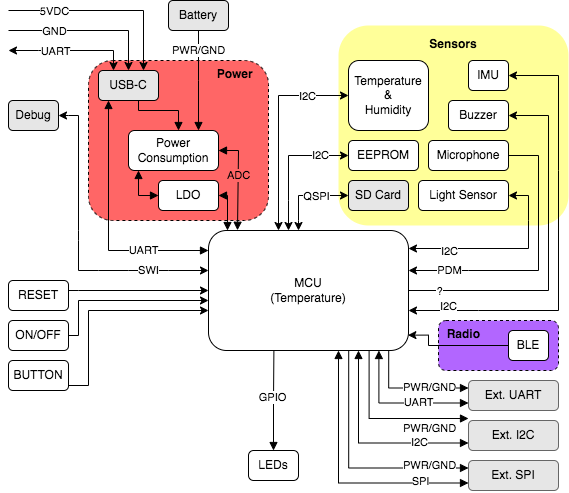
oldgeezr/sensa keeps this draw.io diagram as doc/img/functional.drawio.png. Above is the earlier version. Source tidied: cells renumbered, new cells last; positions are measured from the earlier drawing's top-left corner, leaving out a move shared by most shapes.
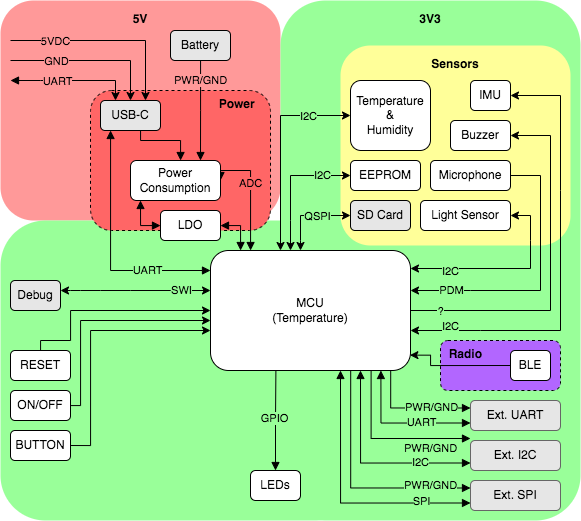
After the change.

The edit, as a diff of the source:
```diff
@@ -2,11 +2,20 @@
   <root>
     <mxCell id="0" />
     <mxCell id="1" parent="0" />
+    <mxCell id="72" value="&lt;p style=&quot;line-height: 0%;&quot;&gt;5V&lt;/p&gt;" style="rounded=1;whiteSpace=wrap;html=1;dashed=1;fillColor=#FF9999;align=center;horizontal=1;verticalAlign=top;labelBackgroundColor=none;strokeColor=none;shadow=0;fontStyle=1;" parent="1" vertex="1">
+      <mxGeometry x="-10" y="-20" width="280" height="220" as="geometry" />
+    </mxCell>
+    <mxCell id="73" value="&lt;p style=&quot;line-height: 0%;&quot;&gt;&lt;br&gt;&lt;/p&gt;" style="rounded=1;whiteSpace=wrap;html=1;dashed=1;fillColor=#99FF99;align=center;horizontal=1;verticalAlign=top;labelBackgroundColor=none;strokeColor=none;shadow=0;fontStyle=1;" parent="1" vertex="1">
+      <mxGeometry x="-10" y="200" width="360" height="300" as="geometry" />
+    </mxCell>
+    <mxCell id="74" value="&lt;p style=&quot;line-height: 0%;&quot;&gt;3V3&lt;/p&gt;" style="rounded=1;whiteSpace=wrap;html=1;dashed=1;fillColor=#99FF99;align=center;horizontal=1;verticalAlign=top;labelBackgroundColor=none;strokeColor=none;shadow=0;fontStyle=1;" parent="1" vertex="1">
+      <mxGeometry x="270" y="-20" width="300" height="520" as="geometry" />
+    </mxCell>
     <mxCell id="2" value="&amp;nbsp; Radio" style="rounded=1;whiteSpace=wrap;html=1;shadow=0;dashed=1;labelBackgroundColor=none;fontColor=none;fillColor=#B266FF;align=left;fontStyle=1;verticalAlign=top;" parent="1" vertex="1">
       <mxGeometry x="430" y="320" width="120" height="50" as="geometry" />
     </mxCell>
     <mxCell id="3" value="&lt;b&gt;Power&amp;nbsp; &amp;nbsp;&amp;nbsp;&lt;/b&gt;" style="rounded=1;whiteSpace=wrap;html=1;shadow=0;dashed=1;labelBackgroundColor=none;fontColor=none;fillColor=#FF6666;align=right;verticalAlign=top;" parent="1" vertex="1">
-      <mxGeometry x="80" y="60" width="180" height="160" as="geometry" />
+      <mxGeometry x="80" y="70" width="180" height="140" as="geometry" />
     </mxCell>
     <mxCell id="4" value="&lt;p style=&quot;line-height: 0%;&quot;&gt;Sensors&lt;/p&gt;" style="rounded=1;whiteSpace=wrap;html=1;dashed=1;fillColor=#FFFF99;align=center;horizontal=1;verticalAlign=top;labelBackgroundColor=none;strokeColor=none;shadow=0;fontStyle=1;" parent="1" vertex="1">
       <mxGeometry x="330" y="25" width="230" height="200" as="geometry" />
@@ -14,8 +23,8 @@
     <mxCell id="5" style="edgeStyle=orthogonalEdgeStyle;rounded=0;jettySize=auto;html=1;startArrow=none;startFill=0;endArrow=block;endFill=1;" parent="1" edge="1" source="8" target="26">
       <mxGeometry relative="1" as="geometry">
         <Array as="points">
-          <mxPoint x="130" y="110" />
-          <mxPoint x="170" y="110" />
+          <mxPoint x="130" y="120" />
+          <mxPoint x="170" y="120" />
         </Array>
       </mxGeometry>
     </mxCell>
@@ -26,48 +35,48 @@
         </Array>
       </mxGeometry>
     </mxCell>
-    <mxCell id="7" value="UART" style="edgeLabel;html=1;align=center;verticalAlign=middle;" parent="6" vertex="1">
+    <mxCell id="7" value="UART" style="edgeLabel;html=1;align=center;verticalAlign=middle;labelBackgroundColor=#99FF99;" parent="6" vertex="1">
       <mxGeometry x="0.47" y="1" relative="1" as="geometry" />
     </mxCell>
     <mxCell id="8" value="USB-C" style="rounded=1;whiteSpace=wrap;html=1;fillColor=#E6E6E6;" parent="1" vertex="1">
-      <mxGeometry x="90" y="70" width="60" height="30" as="geometry" />
+      <mxGeometry x="90" y="80" width="60" height="30" as="geometry" />
     </mxCell>
-    <mxCell id="9" style="endArrow=classic;html=1;rounded=0;startArrow=classic;startFill=1;entryX=0.25;entryY=0;entryDx=0;entryDy=0;" parent="1" edge="1" target="8">
+    <mxCell id="9" style="endArrow=classic;html=1;rounded=0;startArrow=block;startFill=1;entryX=0.25;entryY=0;entryDx=0;entryDy=0;" parent="1" edge="1" target="8">
       <mxGeometry relative="1" as="geometry">
-        <mxPoint y="50" as="sourcePoint" />
+        <mxPoint y="60" as="sourcePoint" />
         <Array as="points">
-          <mxPoint x="30" y="50" />
-          <mxPoint x="105" y="50" />
+          <mxPoint x="30" y="60" />
+          <mxPoint x="105" y="60" />
         </Array>
       </mxGeometry>
     </mxCell>
-    <mxCell id="10" value="UART" style="edgeLabel;html=1;align=center;verticalAlign=middle;" parent="9" vertex="1">
+    <mxCell id="10" value="UART" style="edgeLabel;html=1;align=center;verticalAlign=middle;labelBackgroundColor=#FF9999;" parent="9" vertex="1">
       <mxGeometry x="0.1" y="-1" relative="1" as="geometry">
         <mxPoint x="-23" y="-1" as="offset" />
       </mxGeometry>
     </mxCell>
     <mxCell id="11" style="endArrow=classic;html=1;rounded=0;entryX=0.5;entryY=0;entryDx=0;entryDy=0;" parent="1" edge="1" target="8">
       <mxGeometry relative="1" as="geometry">
-        <mxPoint y="30" as="sourcePoint" />
+        <mxPoint y="40" as="sourcePoint" />
         <Array as="points">
-          <mxPoint x="120" y="30" />
+          <mxPoint x="120" y="40" />
         </Array>
       </mxGeometry>
     </mxCell>
-    <mxCell id="12" value="GND" style="edgeLabel;html=1;align=center;verticalAlign=middle;" parent="11" vertex="1">
+    <mxCell id="12" value="GND" style="edgeLabel;html=1;align=center;verticalAlign=middle;labelBackgroundColor=#FF9999;" parent="11" vertex="1">
       <mxGeometry x="0.1" y="-1" relative="1" as="geometry">
         <mxPoint x="-43" y="-1" as="offset" />
       </mxGeometry>
     </mxCell>
     <mxCell id="13" style="endArrow=classic;html=1;rounded=0;entryX=0.75;entryY=0;entryDx=0;entryDy=0;" parent="1" edge="1" target="8">
       <mxGeometry relative="1" as="geometry">
-        <mxPoint y="10" as="sourcePoint" />
+        <mxPoint y="20" as="sourcePoint" />
         <Array as="points">
-          <mxPoint x="135" y="10" />
+          <mxPoint x="135" y="20" />
         </Array>
       </mxGeometry>
     </mxCell>
-    <mxCell id="14" value="5VDC" style="edgeLabel;html=1;align=center;verticalAlign=middle;" parent="13" vertex="1">
+    <mxCell id="14" value="5VDC" style="edgeLabel;html=1;align=center;verticalAlign=middle;labelBackgroundColor=#FF9999;" parent="13" vertex="1">
       <mxGeometry x="0.1" y="-1" relative="1" as="geometry">
         <mxPoint x="-62" y="-1" as="offset" />
       </mxGeometry>
@@ -84,17 +93,17 @@
     <mxCell id="18" value="IMU" style="rounded=1;whiteSpace=wrap;html=1;" parent="1" vertex="1">
       <mxGeometry x="460" y="60" width="40" height="30" as="geometry" />
     </mxCell>
-    <mxCell id="19" value="PWR/GND" style="edgeStyle=orthogonalEdgeStyle;rounded=0;jettySize=auto;html=1;startArrow=none;startFill=0;endArrow=block;endFill=1;" parent="1" edge="1" source="20">
+    <mxCell id="19" value="PWR/GND" style="edgeStyle=orthogonalEdgeStyle;rounded=0;jettySize=auto;html=1;startArrow=none;startFill=0;endArrow=block;endFill=1;labelBackgroundColor=#FF9999;" parent="1" edge="1" source="20">
       <mxGeometry x="-0.6" relative="1" as="geometry">
-        <mxPoint x="190" y="130" as="targetPoint" />
+        <mxPoint x="190" y="140" as="targetPoint" />
         <Array as="points">
-          <mxPoint x="190" y="80" />
-          <mxPoint x="190" y="80" />
+          <mxPoint x="190" y="90" />
+          <mxPoint x="190" y="90" />
         </Array>
       </mxGeometry>
     </mxCell>
     <mxCell id="20" value="Battery" style="rounded=1;whiteSpace=wrap;html=1;fillColor=#E6E6E6;" parent="1" vertex="1">
-      <mxGeometry x="160" width="60" height="30" as="geometry" />
+      <mxGeometry x="160" y="10" width="60" height="30" as="geometry" />
     </mxCell>
     <mxCell id="21" style="edgeStyle=orthogonalEdgeStyle;rounded=0;jettySize=auto;html=1;entryX=0.997;entryY=0.872;entryDx=0;entryDy=0;entryPerimeter=0;startArrow=none;startFill=1;exitX=0;exitY=0.5;exitDx=0;exitDy=0;" parent="1" edge="1" source="22" target="27">
       <mxGeometry relative="1" as="geometry">
@@ -113,16 +122,18 @@
     <mxCell id="24" value="EEPROM" style="rounded=1;whiteSpace=wrap;html=1;" parent="1" vertex="1">
       <mxGeometry x="340" y="140" width="70" height="30" as="geometry" />
     </mxCell>
-    <mxCell id="25" value="ADC" style="edgeStyle=orthogonalEdgeStyle;rounded=0;jettySize=auto;html=1;startArrow=block;startFill=1;endArrow=block;endFill=1;exitX=1;exitY=0.5;exitDx=0;exitDy=0;entryX=0.145;entryY=-0.002;entryDx=0;entryDy=0;entryPerimeter=0;labelBackgroundColor=#FF6666;" parent="1" edge="1" source="26" target="27">
+    <mxCell id="25" value="ADC" style="edgeStyle=orthogonalEdgeStyle;rounded=0;jettySize=auto;html=1;startArrow=block;startFill=1;endArrow=block;endFill=1;exitX=1;exitY=0.5;exitDx=0;exitDy=0;labelBackgroundColor=#FF6666;" parent="1" edge="1" source="26">
       <mxGeometry x="-0.1" relative="1" as="geometry">
+        <mxPoint x="240" y="230" as="targetPoint" />
         <Array as="points">
-          <mxPoint x="230" y="150" />
-          <mxPoint x="230" y="230" />
+          <mxPoint x="210" y="150" />
+          <mxPoint x="240" y="150" />
+          <mxPoint x="240" y="230" />
         </Array>
       </mxGeometry>
     </mxCell>
     <mxCell id="26" value="Power&lt;br&gt;Consumption" style="rounded=1;whiteSpace=wrap;html=1;" parent="1" vertex="1">
-      <mxGeometry x="120" y="130" width="90" height="40" as="geometry" />
+      <mxGeometry x="120" y="140" width="90" height="40" as="geometry" />
     </mxCell>
     <mxCell id="27" value="MCU&lt;br&gt;(Temperature)" style="rounded=1;whiteSpace=wrap;html=1;" parent="1" vertex="1">
       <mxGeometry x="200" y="230" width="200" height="120" as="geometry" />
@@ -132,7 +143,7 @@
         <mxPoint x="265.4" y="349.9" as="targetPoint" />
       </mxGeometry>
     </mxCell>
-    <mxCell id="29" value="GPIO" style="edgeLabel;html=1;align=center;verticalAlign=middle;" parent="28" vertex="1">
+    <mxCell id="29" value="GPIO" style="edgeLabel;html=1;align=center;verticalAlign=middle;labelBackgroundColor=#99FF99;" parent="28" vertex="1">
       <mxGeometry x="0.07" y="2" relative="1" as="geometry" />
     </mxCell>
     <mxCell id="30" value="LEDs" style="rounded=1;whiteSpace=wrap;html=1;arcSize=17;" parent="1" vertex="1">
@@ -142,53 +153,50 @@
       <mxGeometry relative="1" as="geometry">
         <mxPoint x="200" y="300" as="targetPoint" />
         <Array as="points">
-          <mxPoint x="70" y="335" />
+          <mxPoint x="70" y="385" />
           <mxPoint x="70" y="300" />
         </Array>
       </mxGeometry>
     </mxCell>
     <mxCell id="32" value="ON/OFF" style="rounded=1;whiteSpace=wrap;html=1;" parent="1" vertex="1">
-      <mxGeometry y="320" width="60" height="30" as="geometry" />
+      <mxGeometry y="370" width="60" height="30" as="geometry" />
     </mxCell>
     <mxCell id="33" style="edgeStyle=orthogonalEdgeStyle;rounded=0;jettySize=auto;html=1;" parent="1" edge="1" source="34" target="27">
       <mxGeometry relative="1" as="geometry">
         <Array as="points">
-          <mxPoint x="70" y="290" />
-          <mxPoint x="70" y="290" />
+          <mxPoint x="30" y="320" />
+          <mxPoint x="60" y="320" />
+          <mxPoint x="60" y="290" />
         </Array>
       </mxGeometry>
     </mxCell>
     <mxCell id="34" value="RESET" style="rounded=1;whiteSpace=wrap;html=1;" parent="1" vertex="1">
-      <mxGeometry y="280" width="60" height="30" as="geometry" />
+      <mxGeometry y="330" width="60" height="30" as="geometry" />
     </mxCell>
     <mxCell id="35" style="edgeStyle=orthogonalEdgeStyle;rounded=0;jettySize=auto;html=1;exitX=1;exitY=0.5;exitDx=0;exitDy=0;" parent="1" edge="1" source="36">
       <mxGeometry relative="1" as="geometry">
         <mxPoint x="200" y="310" as="targetPoint" />
         <Array as="points">
-          <mxPoint x="60" y="385" />
-          <mxPoint x="80" y="385" />
+          <mxPoint x="80" y="425" />
           <mxPoint x="80" y="310" />
         </Array>
       </mxGeometry>
     </mxCell>
     <mxCell id="36" value="BUTTON" style="rounded=1;whiteSpace=wrap;html=1;" parent="1" vertex="1">
-      <mxGeometry y="360" width="60" height="30" as="geometry" />
+      <mxGeometry y="410" width="60" height="30" as="geometry" />
     </mxCell>
     <mxCell id="37" value="Microphone" style="rounded=1;whiteSpace=wrap;html=1;" parent="1" vertex="1">
       <mxGeometry x="420" y="140" width="80" height="30" as="geometry" />
     </mxCell>
     <mxCell id="38" value="Debug" style="rounded=1;whiteSpace=wrap;html=1;glass=0;shadow=0;fillColor=#E6E6E6;" parent="1" vertex="1">
-      <mxGeometry y="100" width="50" height="30" as="geometry" />
+      <mxGeometry y="260" width="50" height="30" as="geometry" />
     </mxCell>
     <mxCell id="39" style="endArrow=classic;startArrow=classic;html=1;rounded=0;" parent="1" edge="1">
       <mxGeometry relative="1" as="geometry">
-        <mxPoint x="50" y="115" as="sourcePoint" />
+        <mxPoint x="50" y="270" as="sourcePoint" />
         <mxPoint x="200" y="270" as="targetPoint" />
         <Array as="points">
-          <mxPoint x="60" y="115" />
-          <mxPoint x="70" y="115" />
-          <mxPoint x="70" y="230" />
-          <mxPoint x="70" y="240" />
+          <mxPoint x="60" y="270" />
           <mxPoint x="70" y="270" />
           <mxPoint x="90" y="270" />
           <mxPoint x="120" y="270" />
@@ -196,7 +204,7 @@
         </Array>
       </mxGeometry>
     </mxCell>
-    <mxCell id="40" value="SWI" style="edgeLabel;html=1;align=center;verticalAlign=middle;" parent="39" vertex="1">
+    <mxCell id="40" value="SWI" style="edgeLabel;html=1;align=center;verticalAlign=middle;labelBackgroundColor=#99FF99;" parent="39" vertex="1">
       <mxGeometry x="0.6" y="1" relative="1" as="geometry" />
     </mxCell>
     <mxCell id="41" style="endArrow=classic;startArrow=classic;html=1;rounded=0;entryX=1;entryY=0.5;entryDx=0;entryDy=0;" parent="1" edge="1" target="15">
@@ -209,7 +217,7 @@
         </Array>
       </mxGeometry>
     </mxCell>
-    <mxCell id="42" value="I2C" style="edgeLabel;html=1;align=center;verticalAlign=middle;" parent="41" vertex="1">
+    <mxCell id="42" value="I2C" style="edgeLabel;html=1;align=center;verticalAlign=middle;labelBackgroundColor=#99FF99;" parent="41" vertex="1">
       <mxGeometry x="-0.4" y="-2" relative="1" as="geometry">
         <mxPoint x="-18" as="offset" />
       </mxGeometry>
@@ -225,7 +233,7 @@
         </Array>
       </mxGeometry>
     </mxCell>
-    <mxCell id="44" value="I2C" style="edgeLabel;html=1;align=center;verticalAlign=middle;" parent="43" vertex="1">
+    <mxCell id="44" value="I2C" style="edgeLabel;html=1;align=center;verticalAlign=middle;labelBackgroundColor=#99FF99;" parent="43" vertex="1">
       <mxGeometry x="-0.53" y="2" relative="1" as="geometry">
         <mxPoint x="-63" y="-3" as="offset" />
       </mxGeometry>
@@ -238,7 +246,7 @@
         </Array>
       </mxGeometry>
     </mxCell>
-    <mxCell id="46" value="?" style="edgeLabel;html=1;align=center;verticalAlign=middle;" parent="45" vertex="1">
+    <mxCell id="46" value="?" style="edgeLabel;html=1;align=center;verticalAlign=middle;labelBackgroundColor=#99FF99;" parent="45" vertex="1">
       <mxGeometry x="-0.64" relative="1" as="geometry">
         <mxPoint x="-33" as="offset" />
       </mxGeometry>
@@ -253,7 +261,7 @@
         </Array>
       </mxGeometry>
     </mxCell>
-    <mxCell id="48" value="PDM" style="edgeLabel;html=1;align=center;verticalAlign=middle;" parent="47" vertex="1">
+    <mxCell id="48" value="PDM" style="edgeLabel;html=1;align=center;verticalAlign=middle;labelBackgroundColor=#99FF99;" parent="47" vertex="1">
       <mxGeometry x="-0.71" y="1" relative="1" as="geometry" />
     </mxCell>
     <mxCell id="49" style="endArrow=classic;startArrow=classic;html=1;rounded=0;entryX=0;entryY=0.5;entryDx=0;entryDy=0;" parent="1" edge="1" target="16">
@@ -265,12 +273,12 @@
         </Array>
       </mxGeometry>
     </mxCell>
-    <mxCell id="50" value="QSPI" style="edgeLabel;html=1;align=center;verticalAlign=middle;" parent="49" vertex="1">
+    <mxCell id="50" value="QSPI" style="edgeLabel;html=1;align=center;verticalAlign=middle;labelBackgroundColor=#99FF99;" parent="49" vertex="1">
       <mxGeometry x="0.49" y="-1" relative="1" as="geometry">
         <mxPoint x="-11" y="-1" as="offset" />
       </mxGeometry>
     </mxCell>
-    <mxCell id="51" value="I2C" style="endArrow=classic;startArrow=classic;html=1;rounded=0;entryX=0;entryY=0.5;entryDx=0;entryDy=0;" parent="1" edge="1" target="24">
+    <mxCell id="51" value="I2C" style="endArrow=classic;startArrow=classic;html=1;rounded=0;entryX=0;entryY=0.5;entryDx=0;entryDy=0;labelBackgroundColor=#99FF99;" parent="1" edge="1" target="24">
       <mxGeometry x="0.59" relative="1" as="geometry">
         <mxPoint x="280" y="230" as="sourcePoint" />
         <Array as="points">
@@ -282,7 +290,7 @@
     <mxCell id="52" style="edgeStyle=orthogonalEdgeStyle;rounded=0;jettySize=auto;html=1;startArrow=block;startFill=1;endArrow=none;endFill=0;exitX=0;exitY=0.25;exitDx=0;exitDy=0;entryX=0.901;entryY=0.997;entryDx=0;entryDy=0;entryPerimeter=0;" parent="1" edge="1" source="54" target="27">
       <mxGeometry relative="1" as="geometry" />
     </mxCell>
-    <mxCell id="53" value="PWR/GND" style="edgeLabel;html=1;align=center;verticalAlign=middle;" parent="52" vertex="1">
+    <mxCell id="53" value="PWR/GND" style="edgeLabel;html=1;align=center;verticalAlign=middle;labelBackgroundColor=#99FF99;" parent="52" vertex="1">
       <mxGeometry x="-0.11" y="-1" relative="1" as="geometry">
         <mxPoint x="12" as="offset" />
       </mxGeometry>
@@ -293,7 +301,7 @@
     <mxCell id="55" style="edgeStyle=orthogonalEdgeStyle;rounded=0;jettySize=auto;html=1;startArrow=block;startFill=1;endArrow=block;endFill=1;exitX=0;exitY=0.75;exitDx=0;exitDy=0;entryX=0.852;entryY=1;entryDx=0;entryDy=0;entryPerimeter=0;" parent="1" edge="1" source="54" target="27">
       <mxGeometry relative="1" as="geometry" />
     </mxCell>
-    <mxCell id="56" value="UART" style="edgeLabel;html=1;align=center;verticalAlign=middle;" parent="55" vertex="1">
+    <mxCell id="56" value="UART" style="edgeLabel;html=1;align=center;verticalAlign=middle;labelBackgroundColor=#99FF99;" parent="55" vertex="1">
       <mxGeometry x="-0.37" y="-1" relative="1" as="geometry">
         <mxPoint x="-6" as="offset" />
       </mxGeometry>
@@ -303,7 +311,7 @@
         <mxPoint x="460" y="418" as="sourcePoint" />
       </mxGeometry>
     </mxCell>
-    <mxCell id="58" value="PWR/GND" style="edgeLabel;html=1;align=center;verticalAlign=middle;" parent="57" vertex="1">
+    <mxCell id="58" value="PWR/GND" style="edgeLabel;html=1;align=center;verticalAlign=middle;labelBackgroundColor=#99FF99;" parent="57" vertex="1">
       <mxGeometry x="-0.11" y="-1" relative="1" as="geometry">
         <mxPoint x="34" y="10" as="offset" />
       </mxGeometry>
@@ -314,7 +322,7 @@
     <mxCell id="60" style="edgeStyle=orthogonalEdgeStyle;rounded=0;jettySize=auto;html=1;startArrow=block;startFill=1;endArrow=block;endFill=1;entryX=0.75;entryY=1;entryDx=0;entryDy=0;exitX=0;exitY=0.75;exitDx=0;exitDy=0;" parent="1" edge="1" source="59" target="27">
       <mxGeometry relative="1" as="geometry" />
     </mxCell>
-    <mxCell id="61" value="I2C" style="edgeLabel;html=1;align=center;verticalAlign=middle;" parent="60" vertex="1">
+    <mxCell id="61" value="I2C" style="edgeLabel;html=1;align=center;verticalAlign=middle;labelBackgroundColor=#99FF99;" parent="60" vertex="1">
       <mxGeometry x="-0.37" y="-1" relative="1" as="geometry">
         <mxPoint x="13" as="offset" />
       </mxGeometry>
@@ -322,7 +330,7 @@
     <mxCell id="62" style="edgeStyle=orthogonalEdgeStyle;rounded=0;jettySize=auto;html=1;startArrow=block;startFill=1;endArrow=none;endFill=0;exitX=0;exitY=0.25;exitDx=0;exitDy=0;entryX=0.701;entryY=1.002;entryDx=0;entryDy=0;entryPerimeter=0;" parent="1" edge="1" source="64" target="27">
       <mxGeometry relative="1" as="geometry" />
     </mxCell>
-    <mxCell id="63" value="PWR/GND" style="edgeLabel;html=1;align=center;verticalAlign=middle;" parent="62" vertex="1">
+    <mxCell id="63" value="PWR/GND" style="edgeLabel;html=1;align=center;verticalAlign=middle;labelBackgroundColor=#99FF99;" parent="62" vertex="1">
       <mxGeometry x="-0.11" y="-1" relative="1" as="geometry">
         <mxPoint x="65" y="-2" as="offset" />
       </mxGeometry>
@@ -333,28 +341,29 @@
     <mxCell id="65" style="edgeStyle=orthogonalEdgeStyle;rounded=0;jettySize=auto;html=1;startArrow=block;startFill=1;endArrow=block;endFill=1;entryX=0.65;entryY=1;entryDx=0;entryDy=0;entryPerimeter=0;exitX=0;exitY=0.75;exitDx=0;exitDy=0;" parent="1" edge="1" source="64" target="27">
       <mxGeometry relative="1" as="geometry" />
     </mxCell>
-    <mxCell id="66" value="SPI" style="edgeLabel;html=1;align=center;verticalAlign=middle;" parent="65" vertex="1">
+    <mxCell id="66" value="SPI" style="edgeLabel;html=1;align=center;verticalAlign=middle;labelBackgroundColor=#99FF99;" parent="65" vertex="1">
       <mxGeometry x="-0.37" y="-1" relative="1" as="geometry">
         <mxPoint x="33" y="-1" as="offset" />
       </mxGeometry>
     </mxCell>
-    <mxCell id="67" style="edgeStyle=orthogonalEdgeStyle;rounded=0;jettySize=auto;html=1;startArrow=block;startFill=1;endArrow=block;endFill=1;" parent="1" edge="1" source="69">
+    <mxCell id="67" style="edgeStyle=orthogonalEdgeStyle;rounded=0;orthogonalLoop=1;jettySize=auto;html=1;startArrow=block;startFill=1;endArrow=block;endFill=1;" parent="1" edge="1">
       <mxGeometry relative="1" as="geometry">
-        <mxPoint x="130" y="170" as="targetPoint" />
+        <mxPoint x="150" y="205.1" as="sourcePoint" />
+        <mxPoint x="130" y="180" as="targetPoint" />
         <Array as="points">
-          <mxPoint x="130" y="195" />
+          <mxPoint x="130" y="205" />
         </Array>
       </mxGeometry>
     </mxCell>
     <mxCell id="68" style="edgeStyle=orthogonalEdgeStyle;rounded=0;jettySize=auto;html=1;startArrow=block;startFill=1;endArrow=block;endFill=1;" parent="1" edge="1" source="69" target="27">
       <mxGeometry relative="1" as="geometry">
         <Array as="points">
-          <mxPoint x="219" y="195" />
+          <mxPoint x="230" y="205" />
         </Array>
       </mxGeometry>
     </mxCell>
     <mxCell id="69" value="LDO" style="rounded=1;whiteSpace=wrap;html=1;" parent="1" vertex="1">
-      <mxGeometry x="150" y="180" width="60" height="30" as="geometry" />
+      <mxGeometry x="150" y="190" width="60" height="30" as="geometry" />
     </mxCell>
     <mxCell id="70" style="endArrow=classic;startArrow=classic;html=1;rounded=0;entryX=0;entryY=0.5;entryDx=0;entryDy=0;" parent="1" edge="1" target="17">
       <mxGeometry relative="1" as="geometry">
@@ -364,7 +373,7 @@
         </Array>
       </mxGeometry>
     </mxCell>
-    <mxCell id="71" value="I2C&lt;br&gt;" style="edgeLabel;html=1;align=center;verticalAlign=middle;" parent="70" vertex="1">
+    <mxCell id="71" value="I2C&lt;br&gt;" style="edgeLabel;html=1;align=center;verticalAlign=middle;labelBackgroundColor=#99FF99;" parent="70" vertex="1">
       <mxGeometry x="0.5" relative="1" as="geometry">
         <mxPoint x="9" as="offset" />
       </mxGeometry>
```
